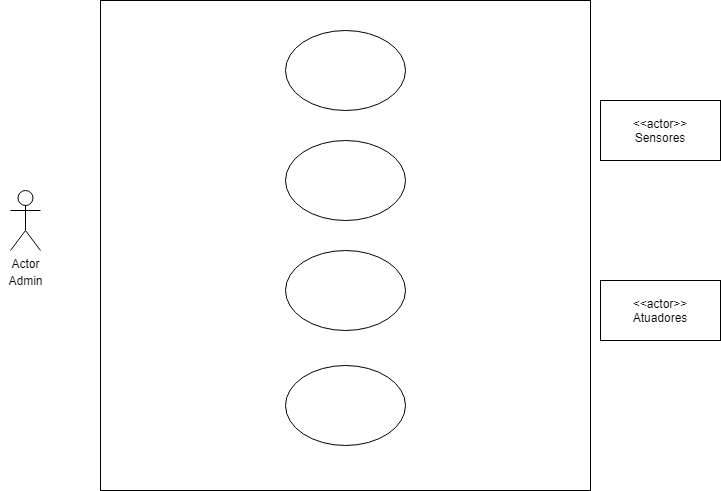
The draw.io diagram Untitled Diagram.png in Jose-Santos-Projetos/SINF, before a commit. Source tidied: cells renumbered, new cells last; positions are measured from the earlier drawing's top-left corner, leaving out a move shared by most shapes.
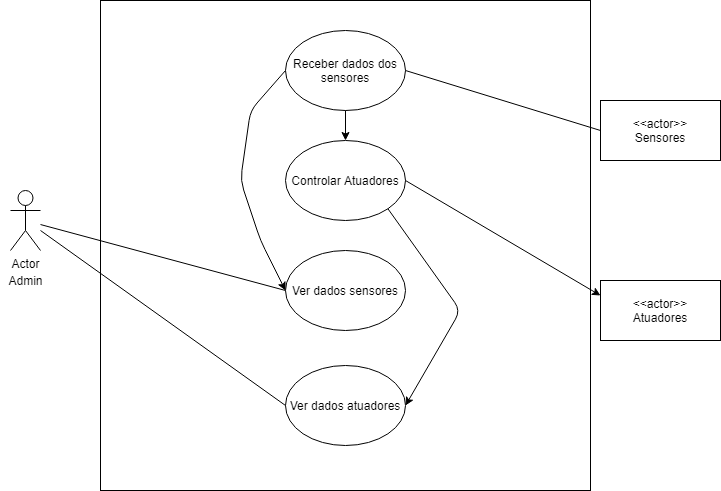
The same file after the commit.

What changed in the source:
```diff
@@ -14,20 +14,55 @@
     <mxCell id="5" value="&amp;lt;&amp;lt;actor&amp;gt;&amp;gt;&lt;br&gt;Atuadores" style="rounded=0;whiteSpace=wrap;html=1;" parent="1" vertex="1">
       <mxGeometry x="600" y="280" width="120" height="60" as="geometry" />
     </mxCell>
-    <mxCell id="6" style="ellipse;whiteSpace=wrap;html=1;" parent="1" vertex="1">
+    <mxCell id="6" value="Receber dados dos sensores" style="ellipse;whiteSpace=wrap;html=1;" parent="1" vertex="1">
       <mxGeometry x="285" y="30" width="120" height="80" as="geometry" />
     </mxCell>
-    <mxCell id="7" style="ellipse;whiteSpace=wrap;html=1;" parent="1" vertex="1">
+    <mxCell id="7" value="Controlar Atuadores" style="ellipse;whiteSpace=wrap;html=1;" parent="1" vertex="1">
       <mxGeometry x="285" y="140" width="120" height="80" as="geometry" />
     </mxCell>
-    <mxCell id="8" style="ellipse;whiteSpace=wrap;html=1;" parent="1" vertex="1">
+    <mxCell id="8" value="Ver dados sensores" style="ellipse;whiteSpace=wrap;html=1;" parent="1" vertex="1">
       <mxGeometry x="285" y="250" width="120" height="80" as="geometry" />
     </mxCell>
-    <mxCell id="9" style="ellipse;whiteSpace=wrap;html=1;" parent="1" vertex="1">
+    <mxCell id="9" value="Ver dados atuadores" style="ellipse;whiteSpace=wrap;html=1;" parent="1" vertex="1">
       <mxGeometry x="285" y="365" width="120" height="80" as="geometry" />
     </mxCell>
     <mxCell id="10" value="Admin&lt;br&gt;" style="text;html=1;align=center;verticalAlign=middle;" parent="1" vertex="1">
       <mxGeometry y="270" width="50" height="20" as="geometry" />
     </mxCell>
+    <mxCell id="11" style="endArrow=none;html=1;entryX=0;entryY=0.5;entryDx=0;entryDy=0;" parent="1" edge="1" source="3" target="8">
+      <mxGeometry relative="1" as="geometry" />
+    </mxCell>
+    <mxCell id="12" style="endArrow=none;html=1;exitX=0;exitY=0.5;exitDx=0;exitDy=0;" parent="1" edge="1" source="9">
+      <mxGeometry relative="1" as="geometry">
+        <mxPoint x="40" y="230" as="targetPoint" />
+      </mxGeometry>
+    </mxCell>
+    <mxCell id="13" style="endArrow=none;html=1;exitX=0;exitY=0.5;exitDx=0;exitDy=0;entryX=1;entryY=0.5;entryDx=0;entryDy=0;" parent="1" edge="1" source="4" target="6">
+      <mxGeometry relative="1" as="geometry" />
+    </mxCell>
+    <mxCell id="14" style="endArrow=classic;html=1;exitX=0.5;exitY=1;exitDx=0;exitDy=0;" parent="1" edge="1" source="6">
+      <mxGeometry relative="1" as="geometry">
+        <mxPoint x="345" y="140" as="targetPoint" />
+      </mxGeometry>
+    </mxCell>
+    <mxCell id="15" style="endArrow=classic;html=1;exitX=1;exitY=0.5;exitDx=0;exitDy=0;entryX=0;entryY=0.25;entryDx=0;entryDy=0;" parent="1" edge="1" source="7" target="5">
+      <mxGeometry relative="1" as="geometry" />
+    </mxCell>
+    <mxCell id="16" style="endArrow=classic;html=1;exitX=0;exitY=0.5;exitDx=0;exitDy=0;entryX=0;entryY=0.5;entryDx=0;entryDy=0;" parent="1" edge="1" source="6" target="8">
+      <mxGeometry relative="1" as="geometry">
+        <Array as="points">
+          <mxPoint x="250" y="110" />
+          <mxPoint x="240" y="180" />
+          <mxPoint x="260" y="240" />
+        </Array>
+      </mxGeometry>
+    </mxCell>
+    <mxCell id="17" style="endArrow=classic;html=1;exitX=1;exitY=1;exitDx=0;exitDy=0;entryX=1;entryY=0.5;entryDx=0;entryDy=0;" parent="1" edge="1" source="7" target="9">
+      <mxGeometry relative="1" as="geometry">
+        <Array as="points">
+          <mxPoint x="460" y="310" />
+        </Array>
+      </mxGeometry>
+    </mxCell>
   </root>
 </mxGraphModel>
```
